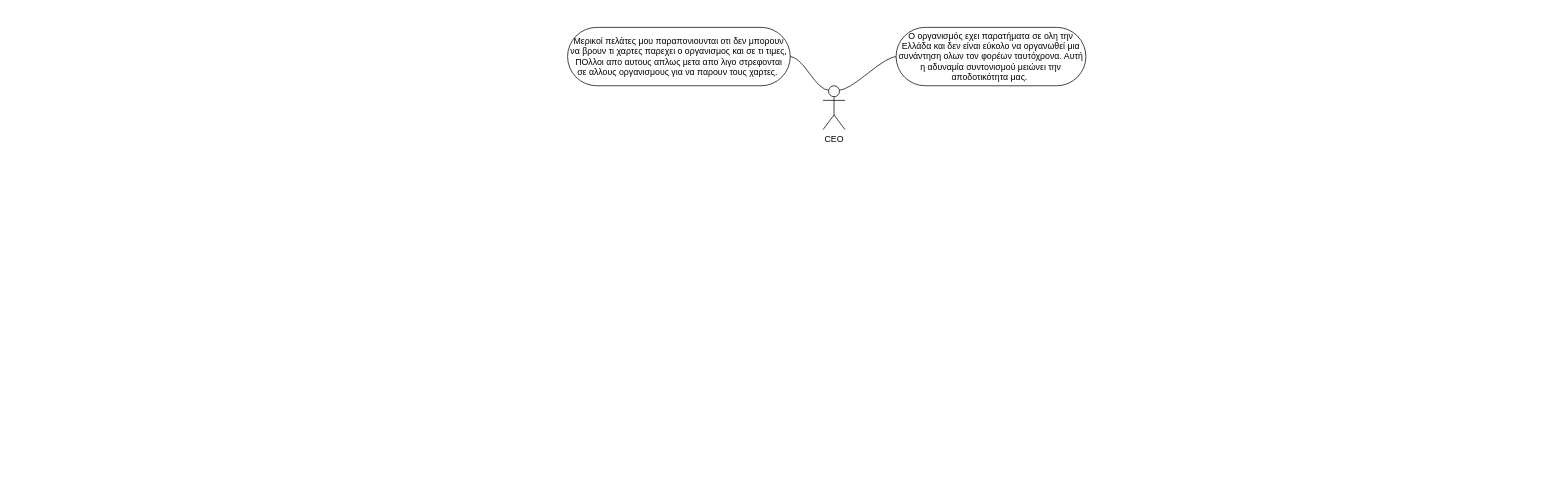
Before: Ανώνυμο διάγραμμα.drawio in vag4me/Information_system, a draw.io diagram. Source tidied: cells renumbered, new cells numbered last; positions are measured from the earlier drawing's top-left corner, leaving out a move shared by most shapes. Both pictures are drawn from the tidied source at 73%, with x=0, y=0 at pixel (567, 27).
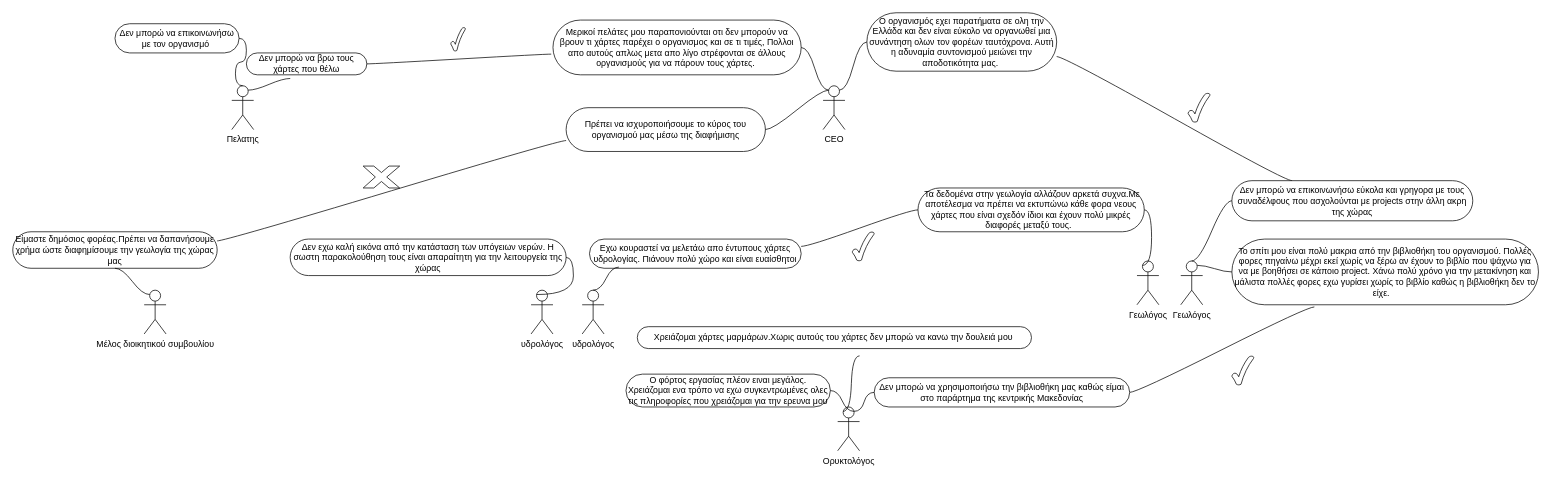
After the change.

The change refers to these unchanged cells:
```xml
<mxCell id="2" value="CEO" style="shape=umlActor;verticalLabelPosition=bottom;verticalAlign=top;html=1;" parent="1" vertex="1">
  <mxGeometry x="350" y="80" width="30" height="60" as="geometry" />
</mxCell>
```

Diff of the diagram source:
```diff
@@
     <mxCell id="3" value="Ο οργανισμός εχει παρατήματα σε ολη την Ελλάδα και δεν είναι εύκολο να οργανωθεί μια συνάντηση ολων τον φορέων ταυτόχρονα. Αυτή η αδυναμία συντονισμού μειώνει την αποδοτικότητα μας.&amp;nbsp;" style="whiteSpace=wrap;html=1;rounded=1;arcSize=50;align=center;verticalAlign=middle;strokeWidth=1;spacing=4;newEdgeStyle={&quot;edgeStyle&quot;:&quot;entityRelationEdgeStyle&quot;,&quot;startArrow&quot;:&quot;none&quot;,&quot;endArrow&quot;:&quot;none&quot;,&quot;segment&quot;:10,&quot;curved&quot;:1,&quot;sourcePerimeterSpacing&quot;:0,&quot;targetPerimeterSpacing&quot;:0};" parent="1" vertex="1">
-      <mxGeometry x="450" width="260" height="80" as="geometry" />
+      <mxGeometry x="410" y="-20" width="260" height="80" as="geometry" />
     </mxCell>
@@
-    <mxCell id="5" value="Μερικοί πελάτες μου παραπονιουνται οτι δεν μπορουν να βρουν τι χαρτες παρεχει ο οργανισμος και σε τι τιμες, ΠΟλλοι απο αυτους απλως μετα απο λιγο στρεφονται σε αλλους οργανισμους για να παρουν τους χαρτες.&amp;nbsp;" style="whiteSpace=wrap;html=1;rounded=1;arcSize=50;align=center;verticalAlign=middle;strokeWidth=1;spacing=4;newEdgeStyle={&quot;edgeStyle&quot;:&quot;entityRelationEdgeStyle&quot;,&quot;startArrow&quot;:&quot;none&quot;,&quot;endArrow&quot;:&quot;none&quot;,&quot;segment&quot;:10,&quot;curved&quot;:1,&quot;sourcePerimeterSpacing&quot;:0,&quot;targetPerimeterSpacing&quot;:0};" parent="1" vertex="1">
-      <mxGeometry width="305" height="80" as="geometry" />
+    <mxCell id="5" value="Μερικοί πελάτες μου παραπονιούνται οτι δεν μπορούν να βρουν τι χάρτες παρέχει ο οργανισμος και σε τι τιμές, Πoλλοι απο αυτούς απλως μετα απο λίγο στρέφονται σε άλλους οργανισμούς για να πάρουν τους χάρτες.&amp;nbsp;" style="whiteSpace=wrap;html=1;rounded=1;arcSize=50;align=center;verticalAlign=middle;strokeWidth=1;spacing=4;newEdgeStyle={&quot;edgeStyle&quot;:&quot;entityRelationEdgeStyle&quot;,&quot;startArrow&quot;:&quot;none&quot;,&quot;endArrow&quot;:&quot;none&quot;,&quot;segment&quot;:10,&quot;curved&quot;:1,&quot;sourcePerimeterSpacing&quot;:0,&quot;targetPerimeterSpacing&quot;:0};" parent="1" vertex="1">
+      <mxGeometry x="-20" y="-10" width="340" height="75" as="geometry" />
     </mxCell>
@@
+    <mxCell id="7" value="Γεωλόγος" style="shape=umlActor;verticalLabelPosition=bottom;verticalAlign=top;html=1;" parent="1" vertex="1">
+      <mxGeometry x="840" y="320" width="30" height="60" as="geometry" />
+    </mxCell>
+    <mxCell id="8" value="Το σπίτι μου είναι πολύ μακρια από την βιβλιοθήκη του οργανισμού. Πολλές φορες πηγαίνω μέχρι εκεί χωρίς να ξέρω αν έχουν το βιβλίο που ψάχνω για να με βοηθήσει σε κάποιο project. Χάνω πολύ χρόνο για την μετακίνηση και μάλιστα πολλές φορες εχω γυρίσει χωρίς το βιβλίο καθώς η βιβλιοθήκη δεν το είχε.&amp;nbsp; &amp;nbsp;" style="whiteSpace=wrap;html=1;rounded=1;arcSize=50;align=center;verticalAlign=middle;strokeWidth=1;spacing=4;newEdgeStyle={&quot;edgeStyle&quot;:&quot;entityRelationEdgeStyle&quot;,&quot;startArrow&quot;:&quot;none&quot;,&quot;endArrow&quot;:&quot;none&quot;,&quot;segment&quot;:10,&quot;curved&quot;:1,&quot;sourcePerimeterSpacing&quot;:0,&quot;targetPerimeterSpacing&quot;:0};" parent="1" vertex="1">
+      <mxGeometry x="910" y="290" width="420" height="90" as="geometry" />
+    </mxCell>
+    <mxCell id="9" style="edgeStyle=entityRelationEdgeStyle;startArrow=none;endArrow=none;segment=10;curved=1;sourcePerimeterSpacing=0;targetPerimeterSpacing=0;rounded=0;exitX=0.75;exitY=0.1;exitDx=0;exitDy=0;exitPerimeter=0;" parent="1" edge="1" source="7" target="8">
+      <mxGeometry relative="1" as="geometry" />
+    </mxCell>
+    <mxCell id="10" value="Γεωλόγος" style="shape=umlActor;verticalLabelPosition=bottom;verticalAlign=top;html=1;" parent="1" vertex="1">
+      <mxGeometry x="780" y="320" width="30" height="60" as="geometry" />
+    </mxCell>
+    <mxCell id="11" style="edgeStyle=entityRelationEdgeStyle;rounded=0;jettySize=auto;html=1;startArrow=none;endArrow=none;segment=10;curved=1;sourcePerimeterSpacing=0;targetPerimeterSpacing=0;exitX=0.25;exitY=0;exitDx=0;exitDy=0;entryX=1;entryY=0.75;entryDx=0;entryDy=0;" parent="1" edge="1" source="12" target="3">
+      <mxGeometry relative="1" as="geometry" />
+    </mxCell>
+    <mxCell id="12" value="Δεν μπορώ να επικοινωνήσω εύκολα και γρηγορα με τους συναδέλφους που ασχολούνται με projects στην άλλη ακρη της χώρας" style="whiteSpace=wrap;html=1;rounded=1;arcSize=50;align=center;verticalAlign=middle;strokeWidth=1;spacing=4;newEdgeStyle={&quot;edgeStyle&quot;:&quot;entityRelationEdgeStyle&quot;,&quot;startArrow&quot;:&quot;none&quot;,&quot;endArrow&quot;:&quot;none&quot;,&quot;segment&quot;:10,&quot;curved&quot;:1,&quot;sourcePerimeterSpacing&quot;:0,&quot;targetPerimeterSpacing&quot;:0};" parent="1" vertex="1">
+      <mxGeometry x="910" y="210" width="330" height="55" as="geometry" />
+    </mxCell>
+    <mxCell id="13" style="edgeStyle=entityRelationEdgeStyle;startArrow=none;endArrow=none;segment=10;curved=1;sourcePerimeterSpacing=0;targetPerimeterSpacing=0;rounded=0;exitX=0.5;exitY=0;exitDx=0;exitDy=0;exitPerimeter=0;" parent="1" edge="1" source="7" target="12">
+      <mxGeometry relative="1" as="geometry" />
+    </mxCell>
+    <mxCell id="14" value="&amp;nbsp;Τα δεδομένα στην γεωλογία αλλάζουν αρκετά συχνα.Με αποτέλεσμα να πρέπει να εκτυπώνω κάθε φορα νεους χάρτες που είναι σχεδόν ίδιοι και έχουν πολύ μικρές διαφορές μεταξύ τους.&amp;nbsp;&amp;nbsp;" style="whiteSpace=wrap;html=1;rounded=1;arcSize=50;align=center;verticalAlign=middle;strokeWidth=1;spacing=4;newEdgeStyle={&quot;edgeStyle&quot;:&quot;entityRelationEdgeStyle&quot;,&quot;startArrow&quot;:&quot;none&quot;,&quot;endArrow&quot;:&quot;none&quot;,&quot;segment&quot;:10,&quot;curved&quot;:1,&quot;sourcePerimeterSpacing&quot;:0,&quot;targetPerimeterSpacing&quot;:0};" parent="1" vertex="1">
+      <mxGeometry x="480" y="220" width="310" height="60" as="geometry" />
+    </mxCell>
+    <mxCell id="15" style="edgeStyle=entityRelationEdgeStyle;startArrow=none;endArrow=none;segment=10;curved=1;sourcePerimeterSpacing=0;targetPerimeterSpacing=0;rounded=0;exitX=0.25;exitY=0.1;exitDx=0;exitDy=0;exitPerimeter=0;" parent="1" edge="1" source="10" target="14">
+      <mxGeometry relative="1" as="geometry" />
+    </mxCell>
+    <mxCell id="16" value="υδρολόγος" style="shape=umlActor;verticalLabelPosition=bottom;verticalAlign=top;html=1;" parent="1" vertex="1">
+      <mxGeometry x="-50" y="360" width="30" height="60" as="geometry" />
+    </mxCell>
+    <mxCell id="17" value="υδρολόγος" style="shape=umlActor;verticalLabelPosition=bottom;verticalAlign=top;html=1;" parent="1" vertex="1">
+      <mxGeometry x="20" y="360" width="30" height="60" as="geometry" />
+    </mxCell>
+    <mxCell id="18" style="edgeStyle=entityRelationEdgeStyle;rounded=0;jettySize=auto;html=1;startArrow=none;endArrow=none;segment=10;curved=1;sourcePerimeterSpacing=0;targetPerimeterSpacing=0;exitX=1;exitY=0.25;exitDx=0;exitDy=0;" parent="1" edge="1" source="19" target="14">
+      <mxGeometry relative="1" as="geometry" />
+    </mxCell>
+    <mxCell id="19" value="Εχω κουραστεί να μελετάω απο έντυπους χάρτες υδρολογίας. Πιάνουν πολύ χώρο και είναι ευαίσθητοι" style="whiteSpace=wrap;html=1;rounded=1;arcSize=50;align=center;verticalAlign=middle;strokeWidth=1;spacing=4;newEdgeStyle={&quot;edgeStyle&quot;:&quot;entityRelationEdgeStyle&quot;,&quot;startArrow&quot;:&quot;none&quot;,&quot;endArrow&quot;:&quot;none&quot;,&quot;segment&quot;:10,&quot;curved&quot;:1,&quot;sourcePerimeterSpacing&quot;:0,&quot;targetPerimeterSpacing&quot;:0};" parent="1" vertex="1">
+      <mxGeometry x="30" y="290" width="290" height="40" as="geometry" />
+    </mxCell>
+    <mxCell id="20" style="edgeStyle=entityRelationEdgeStyle;startArrow=none;endArrow=none;segment=10;curved=1;sourcePerimeterSpacing=0;targetPerimeterSpacing=0;rounded=0;exitX=0.5;exitY=0;exitDx=0;exitDy=0;exitPerimeter=0;entryX=0.139;entryY=0.96;entryDx=0;entryDy=0;entryPerimeter=0;" parent="1" edge="1" source="17" target="19">
+      <mxGeometry relative="1" as="geometry" />
+    </mxCell>
+    <mxCell id="21" value="Δεν εχω καλή εικόνα από την κατάσταση των υπόγειων νερών. Η σωστη παρακολούθηση τους είναι απαραίτητη για την λειτουργεία της χώρας" style="whiteSpace=wrap;html=1;rounded=1;arcSize=50;align=center;verticalAlign=middle;strokeWidth=1;spacing=4;newEdgeStyle={&quot;edgeStyle&quot;:&quot;entityRelationEdgeStyle&quot;,&quot;startArrow&quot;:&quot;none&quot;,&quot;endArrow&quot;:&quot;none&quot;,&quot;segment&quot;:10,&quot;curved&quot;:1,&quot;sourcePerimeterSpacing&quot;:0,&quot;targetPerimeterSpacing&quot;:0};" parent="1" vertex="1">
+      <mxGeometry x="-380" y="290" width="378" height="50" as="geometry" />
+    </mxCell>
+    <mxCell id="22" style="edgeStyle=entityRelationEdgeStyle;startArrow=none;endArrow=none;segment=10;curved=1;sourcePerimeterSpacing=0;targetPerimeterSpacing=0;rounded=0;exitX=0.25;exitY=0.1;exitDx=0;exitDy=0;exitPerimeter=0;" parent="1" edge="1" source="16" target="21">
+      <mxGeometry relative="1" as="geometry" />
+    </mxCell>
+    <mxCell id="23" style="verticalLabelPosition=bottom;verticalAlign=top;html=1;shape=mxgraph.basic.tick;" parent="1" vertex="1">
+      <mxGeometry x="390" y="280" width="30" height="40" as="geometry" />
+    </mxCell>
+    <mxCell id="24" style="verticalLabelPosition=bottom;verticalAlign=top;html=1;shape=mxgraph.basic.tick;" parent="1" vertex="1">
+      <mxGeometry x="850" y="90" width="30" height="40" as="geometry" />
+    </mxCell>
+    <mxCell id="25" value="Ορυκτολόγος" style="shape=umlActor;verticalLabelPosition=bottom;verticalAlign=top;html=1;" parent="1" vertex="1">
+      <mxGeometry x="370" y="520" width="30" height="60" as="geometry" />
+    </mxCell>
+    <mxCell id="26" value="Ο φόρτος εργασίας πλέον ειναι μεγάλος. Χρειάζομαι ενα τρόπο να εχω συγκεντρωμένες ολες τις πληροφορίες που χρειάζομαι για την ερευνα μου" style="whiteSpace=wrap;html=1;rounded=1;arcSize=50;align=center;verticalAlign=middle;strokeWidth=1;spacing=4;newEdgeStyle={&quot;edgeStyle&quot;:&quot;entityRelationEdgeStyle&quot;,&quot;startArrow&quot;:&quot;none&quot;,&quot;endArrow&quot;:&quot;none&quot;,&quot;segment&quot;:10,&quot;curved&quot;:1,&quot;sourcePerimeterSpacing&quot;:0,&quot;targetPerimeterSpacing&quot;:0};" parent="1" vertex="1">
+      <mxGeometry x="80" y="475" width="280" height="45" as="geometry" />
+    </mxCell>
+    <mxCell id="27" style="edgeStyle=entityRelationEdgeStyle;startArrow=none;endArrow=none;segment=10;curved=1;sourcePerimeterSpacing=0;targetPerimeterSpacing=0;rounded=0;exitX=0.75;exitY=0.1;exitDx=0;exitDy=0;exitPerimeter=0;" parent="1" edge="1" source="25" target="26">
+      <mxGeometry relative="1" as="geometry" />
+    </mxCell>
+    <mxCell id="28" style="edgeStyle=entityRelationEdgeStyle;rounded=0;jettySize=auto;html=1;startArrow=none;endArrow=none;segment=10;curved=1;sourcePerimeterSpacing=0;targetPerimeterSpacing=0;exitX=1;exitY=0.5;exitDx=0;exitDy=0;entryX=0.269;entryY=1.033;entryDx=0;entryDy=0;entryPerimeter=0;" parent="1" edge="1" source="29" target="8">
+      <mxGeometry relative="1" as="geometry" />
+    </mxCell>
+    <mxCell id="29" value="Δεν μπορώ να χρησιμοποιήσω την βιβλιοθήκη μας καθώς είμαι στο παράρτημα της κεντρικής Μακεδονίας" style="whiteSpace=wrap;html=1;rounded=1;arcSize=50;align=center;verticalAlign=middle;strokeWidth=1;spacing=4;newEdgeStyle={&quot;edgeStyle&quot;:&quot;entityRelationEdgeStyle&quot;,&quot;startArrow&quot;:&quot;none&quot;,&quot;endArrow&quot;:&quot;none&quot;,&quot;segment&quot;:10,&quot;curved&quot;:1,&quot;sourcePerimeterSpacing&quot;:0,&quot;targetPerimeterSpacing&quot;:0};" parent="1" vertex="1">
+      <mxGeometry x="420" y="480" width="350" height="40" as="geometry" />
+    </mxCell>
+    <mxCell id="30" style="edgeStyle=entityRelationEdgeStyle;startArrow=none;endArrow=none;segment=10;curved=1;sourcePerimeterSpacing=0;targetPerimeterSpacing=0;rounded=0;exitX=0.75;exitY=0.1;exitDx=0;exitDy=0;exitPerimeter=0;" parent="1" edge="1" source="25" target="29">
+      <mxGeometry relative="1" as="geometry" />
+    </mxCell>
+    <mxCell id="31" style="verticalLabelPosition=bottom;verticalAlign=top;html=1;shape=mxgraph.basic.tick;" parent="1" vertex="1">
+      <mxGeometry x="910" y="450" width="30" height="40" as="geometry" />
+    </mxCell>
+    <mxCell id="32" value="Πελατης" style="shape=umlActor;verticalLabelPosition=bottom;verticalAlign=top;html=1;" parent="1" vertex="1">
+      <mxGeometry x="-460" y="80" width="30" height="60" as="geometry" />
+    </mxCell>
+    <mxCell id="33" value="Δεν μπορώ να επικοινωνήσω με τον οργανισμό&amp;nbsp;" style="whiteSpace=wrap;html=1;rounded=1;arcSize=50;align=center;verticalAlign=middle;strokeWidth=1;spacing=4;newEdgeStyle={&quot;edgeStyle&quot;:&quot;entityRelationEdgeStyle&quot;,&quot;startArrow&quot;:&quot;none&quot;,&quot;endArrow&quot;:&quot;none&quot;,&quot;segment&quot;:10,&quot;curved&quot;:1,&quot;sourcePerimeterSpacing&quot;:0,&quot;targetPerimeterSpacing&quot;:0};" parent="1" vertex="1">
+      <mxGeometry x="-620" y="-5" width="170" height="40" as="geometry" />
+    </mxCell>
+    <mxCell id="34" style="edgeStyle=entityRelationEdgeStyle;startArrow=none;endArrow=none;segment=10;curved=1;sourcePerimeterSpacing=0;targetPerimeterSpacing=0;rounded=0;exitX=0.5;exitY=0;exitDx=0;exitDy=0;exitPerimeter=0;" parent="1" edge="1" source="32" target="33">
+      <mxGeometry relative="1" as="geometry" />
+    </mxCell>
+    <mxCell id="35" style="edgeStyle=entityRelationEdgeStyle;rounded=0;jettySize=auto;html=1;startArrow=none;endArrow=none;segment=10;curved=1;sourcePerimeterSpacing=0;targetPerimeterSpacing=0;exitX=1;exitY=0.5;exitDx=0;exitDy=0;entryX=-0.007;entryY=0.622;entryDx=0;entryDy=0;entryPerimeter=0;" parent="1" edge="1" source="36" target="5">
+      <mxGeometry relative="1" as="geometry" />
+    </mxCell>
+    <mxCell id="36" value="Δεν μπορώ να βρω τους χάρτες που θέλω" style="whiteSpace=wrap;html=1;rounded=1;arcSize=50;align=center;verticalAlign=middle;strokeWidth=1;spacing=4;newEdgeStyle={&quot;edgeStyle&quot;:&quot;entityRelationEdgeStyle&quot;,&quot;startArrow&quot;:&quot;none&quot;,&quot;endArrow&quot;:&quot;none&quot;,&quot;segment&quot;:10,&quot;curved&quot;:1,&quot;sourcePerimeterSpacing&quot;:0,&quot;targetPerimeterSpacing&quot;:0};" parent="1" vertex="1">
+      <mxGeometry x="-440" y="35" width="165" height="30" as="geometry" />
+    </mxCell>
+    <mxCell id="37" style="edgeStyle=entityRelationEdgeStyle;startArrow=none;endArrow=none;segment=10;curved=1;sourcePerimeterSpacing=0;targetPerimeterSpacing=0;rounded=0;exitX=0.75;exitY=0.1;exitDx=0;exitDy=0;exitPerimeter=0;entryX=0.364;entryY=1.167;entryDx=0;entryDy=0;entryPerimeter=0;" parent="1" edge="1" source="32" target="36">
+      <mxGeometry relative="1" as="geometry" />
+    </mxCell>
+    <mxCell id="38" value="Μέλος&amp;nbsp;διοικητικού συμβουλίου" style="shape=umlActor;verticalLabelPosition=bottom;verticalAlign=top;html=1;" parent="1" vertex="1">
+      <mxGeometry x="-580" y="360" width="30" height="60" as="geometry" />
+    </mxCell>
+    <mxCell id="39" style="verticalLabelPosition=bottom;verticalAlign=top;html=1;shape=mxgraph.basic.tick;" parent="1" vertex="1">
+      <mxGeometry x="-160" width="20" height="32.5" as="geometry" />
+    </mxCell>
+    <mxCell id="40" style="edgeStyle=entityRelationEdgeStyle;rounded=0;jettySize=auto;html=1;startArrow=none;endArrow=none;segment=10;curved=1;sourcePerimeterSpacing=0;targetPerimeterSpacing=0;exitX=1;exitY=0.25;exitDx=0;exitDy=0;entryX=0;entryY=0.75;entryDx=0;entryDy=0;" parent="1" edge="1" source="41" target="43">
+      <mxGeometry relative="1" as="geometry" />
+    </mxCell>
+    <mxCell id="41" value="Είμαστε δημόσιος φορέας.Πρέπει να δαπανήσουμε χρήμα ώστε διαφημίσουμε την γεωλογία της χώρας μας" style="whiteSpace=wrap;html=1;rounded=1;arcSize=50;align=center;verticalAlign=middle;strokeWidth=1;spacing=4;newEdgeStyle={&quot;edgeStyle&quot;:&quot;entityRelationEdgeStyle&quot;,&quot;startArrow&quot;:&quot;none&quot;,&quot;endArrow&quot;:&quot;none&quot;,&quot;segment&quot;:10,&quot;curved&quot;:1,&quot;sourcePerimeterSpacing&quot;:0,&quot;targetPerimeterSpacing&quot;:0};" parent="1" vertex="1">
+      <mxGeometry x="-760" y="280" width="280" height="50" as="geometry" />
+    </mxCell>
+    <mxCell id="42" style="edgeStyle=entityRelationEdgeStyle;startArrow=none;endArrow=none;segment=10;curved=1;sourcePerimeterSpacing=0;targetPerimeterSpacing=0;rounded=0;exitX=0.25;exitY=0.1;exitDx=0;exitDy=0;exitPerimeter=0;entryX=0.5;entryY=1;entryDx=0;entryDy=0;" parent="1" edge="1" source="38" target="41">
+      <mxGeometry relative="1" as="geometry" />
+    </mxCell>
+    <mxCell id="43" value="Πρέπει να ισχυροποιήσουμε το κύρος του οργανισμού μας μέσω της διαφήμισης" style="whiteSpace=wrap;html=1;rounded=1;arcSize=50;align=center;verticalAlign=middle;strokeWidth=1;spacing=4;newEdgeStyle={&quot;edgeStyle&quot;:&quot;entityRelationEdgeStyle&quot;,&quot;startArrow&quot;:&quot;none&quot;,&quot;endArrow&quot;:&quot;none&quot;,&quot;segment&quot;:10,&quot;curved&quot;:1,&quot;sourcePerimeterSpacing&quot;:0,&quot;targetPerimeterSpacing&quot;:0};" parent="1" vertex="1">
+      <mxGeometry x="-2" y="110" width="273" height="60" as="geometry" />
+    </mxCell>
+    <mxCell id="44" style="edgeStyle=entityRelationEdgeStyle;startArrow=none;endArrow=none;segment=10;curved=1;sourcePerimeterSpacing=0;targetPerimeterSpacing=0;rounded=0;exitX=0.25;exitY=0.1;exitDx=0;exitDy=0;exitPerimeter=0;" parent="1" edge="1" source="2" target="43">
+      <mxGeometry relative="1" as="geometry" />
+    </mxCell>
+    <mxCell id="45" style="verticalLabelPosition=bottom;verticalAlign=top;html=1;shape=mxgraph.basic.x;" parent="1" vertex="1">
+      <mxGeometry x="-280" y="190" width="50" height="30" as="geometry" />
+    </mxCell>
+    <mxCell id="46" value="Χρειάζομαι χάρτες μαρμάρων.Χωρις αυτούς του χάρτες δεν μπορώ να κανω την δουλειά μου&amp;nbsp;" style="whiteSpace=wrap;html=1;rounded=1;arcSize=50;align=center;verticalAlign=middle;strokeWidth=1;spacing=4;newEdgeStyle={&quot;edgeStyle&quot;:&quot;entityRelationEdgeStyle&quot;,&quot;startArrow&quot;:&quot;none&quot;,&quot;endArrow&quot;:&quot;none&quot;,&quot;segment&quot;:10,&quot;curved&quot;:1,&quot;sourcePerimeterSpacing&quot;:0,&quot;targetPerimeterSpacing&quot;:0};" parent="1" vertex="1">
+      <mxGeometry x="95.5" y="410" width="540" height="30" as="geometry" />
+    </mxCell>
+    <mxCell id="47" style="edgeStyle=entityRelationEdgeStyle;startArrow=none;endArrow=none;segment=10;curved=1;sourcePerimeterSpacing=0;targetPerimeterSpacing=0;rounded=0;exitX=0.25;exitY=0.1;exitDx=0;exitDy=0;exitPerimeter=0;" parent="1" edge="1" source="25">
+      <mxGeometry relative="1" as="geometry">
+        <mxPoint x="400" y="450" as="targetPoint" />
+      </mxGeometry>
+    </mxCell>
```
